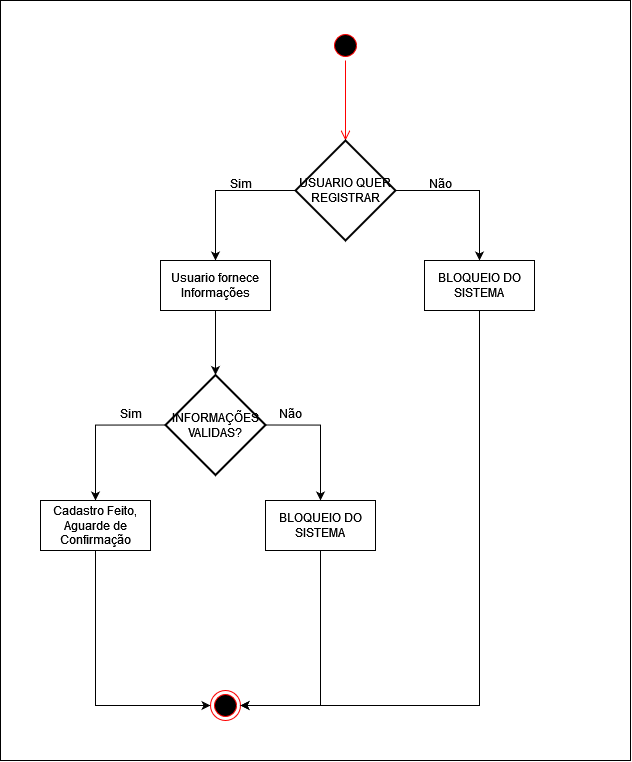
This is UML/cadastroUser(1).png from Marlon-Isaac/tcc, a draw.io export, as it was before one commit. Source tidied: cells renumbered, new cells last; positions are measured from the earlier drawing's top-left corner, leaving out a move shared by most shapes. Source of this version:
```xml
<mxGraphModel>
  <root>
    <mxCell id="0" />
    <mxCell id="1" parent="0" />
    <mxCell id="2" value="&lt;div&gt;&lt;br&gt;&lt;/div&gt;&lt;div&gt;&lt;br&gt;&lt;/div&gt;" style="html=1;whiteSpace=wrap;" parent="1" vertex="1">
      <mxGeometry width="630" height="760" as="geometry" />
    </mxCell>
    <mxCell id="3" style="ellipse;html=1;shape=startState;fillColor=#000000;strokeColor=#ff0000;" parent="1" vertex="1">
      <mxGeometry x="330" y="30" width="30" height="30" as="geometry" />
    </mxCell>
    <mxCell id="4" style="edgeStyle=orthogonalEdgeStyle;html=1;verticalAlign=bottom;endArrow=open;endSize=8;strokeColor=#ff0000;rounded=0;" parent="1" edge="1" source="3">
      <mxGeometry relative="1" as="geometry">
        <mxPoint x="345" y="140" as="targetPoint" />
      </mxGeometry>
    </mxCell>
    <mxCell id="5" style="edgeStyle=orthogonalEdgeStyle;rounded=0;jettySize=auto;html=1;exitX=1;exitY=0.5;exitDx=0;exitDy=0;exitPerimeter=0;entryX=0.5;entryY=0;entryDx=0;entryDy=0;" parent="1" edge="1" source="7" target="10">
      <mxGeometry relative="1" as="geometry" />
    </mxCell>
    <mxCell id="6" style="edgeStyle=orthogonalEdgeStyle;rounded=0;jettySize=auto;html=1;exitX=0;exitY=0.5;exitDx=0;exitDy=0;exitPerimeter=0;entryX=0.5;entryY=0;entryDx=0;entryDy=0;" parent="1" edge="1" source="7" target="8">
      <mxGeometry relative="1" as="geometry" />
    </mxCell>
    <mxCell id="7" value="USUARIO QUER REGISTRAR" style="strokeWidth=2;html=1;shape=mxgraph.flowchart.decision;whiteSpace=wrap;" parent="1" vertex="1">
      <mxGeometry x="295" y="140" width="100" height="100" as="geometry" />
    </mxCell>
    <mxCell id="8" value="&lt;div&gt;Usuario fornece Informações&lt;/div&gt;" style="html=1;whiteSpace=wrap;" parent="1" vertex="1">
      <mxGeometry x="160" y="260" width="110" height="50" as="geometry" />
    </mxCell>
    <mxCell id="9" style="edgeStyle=orthogonalEdgeStyle;rounded=0;jettySize=auto;html=1;exitX=0.5;exitY=1;exitDx=0;exitDy=0;entryX=1;entryY=0.5;entryDx=0;entryDy=0;" parent="1" edge="1" source="10" target="23">
      <mxGeometry relative="1" as="geometry" />
    </mxCell>
    <mxCell id="10" value="BLOQUEIO DO SISTEMA" style="html=1;whiteSpace=wrap;" parent="1" vertex="1">
      <mxGeometry x="424" y="260" width="110" height="50" as="geometry" />
    </mxCell>
    <mxCell id="11" value="Sim" style="text;html=1;align=center;verticalAlign=middle;strokeColor=none;fillColor=none;" parent="1" vertex="1">
      <mxGeometry x="215" y="168" width="50" height="30" as="geometry" />
    </mxCell>
    <mxCell id="12" value="Não" style="text;html=1;align=center;verticalAlign=middle;strokeColor=none;fillColor=none;" parent="1" vertex="1">
      <mxGeometry x="415" y="168" width="50" height="30" as="geometry" />
    </mxCell>
    <mxCell id="13" style="edgeStyle=orthogonalEdgeStyle;rounded=0;jettySize=auto;html=1;exitX=1;exitY=0.5;exitDx=0;exitDy=0;exitPerimeter=0;entryX=0.5;entryY=0;entryDx=0;entryDy=0;" parent="1" edge="1" source="15" target="20">
      <mxGeometry relative="1" as="geometry" />
    </mxCell>
    <mxCell id="14" style="edgeStyle=orthogonalEdgeStyle;rounded=0;jettySize=auto;html=1;exitX=0;exitY=0.5;exitDx=0;exitDy=0;exitPerimeter=0;entryX=0.5;entryY=0;entryDx=0;entryDy=0;" parent="1" edge="1" source="15" target="18">
      <mxGeometry relative="1" as="geometry" />
    </mxCell>
    <mxCell id="15" value="INFORMAÇÕES VALIDAS?" style="strokeWidth=2;html=1;shape=mxgraph.flowchart.decision;whiteSpace=wrap;" parent="1" vertex="1">
      <mxGeometry x="165" y="374.5" width="100" height="100" as="geometry" />
    </mxCell>
    <mxCell id="16" style="edgeStyle=orthogonalEdgeStyle;rounded=0;jettySize=auto;html=1;exitX=0.5;exitY=1;exitDx=0;exitDy=0;entryX=0.5;entryY=0;entryDx=0;entryDy=0;entryPerimeter=0;" parent="1" edge="1" source="8" target="15">
      <mxGeometry relative="1" as="geometry" />
    </mxCell>
    <mxCell id="17" style="edgeStyle=orthogonalEdgeStyle;rounded=0;jettySize=auto;html=1;exitX=0.5;exitY=1;exitDx=0;exitDy=0;entryX=0;entryY=0.5;entryDx=0;entryDy=0;" parent="1" edge="1" source="18" target="23">
      <mxGeometry relative="1" as="geometry" />
    </mxCell>
    <mxCell id="18" value="Cadastro Feito, Aguarde de Confirmação" style="html=1;whiteSpace=wrap;" parent="1" vertex="1">
      <mxGeometry x="40" y="500" width="110" height="50" as="geometry" />
    </mxCell>
    <mxCell id="19" style="edgeStyle=orthogonalEdgeStyle;rounded=0;jettySize=auto;html=1;exitX=0.5;exitY=1;exitDx=0;exitDy=0;entryX=1;entryY=0.5;entryDx=0;entryDy=0;" parent="1" edge="1" source="20" target="23">
      <mxGeometry relative="1" as="geometry" />
    </mxCell>
    <mxCell id="20" value="BLOQUEIO DO SISTEMA" style="html=1;whiteSpace=wrap;" parent="1" vertex="1">
      <mxGeometry x="265" y="500" width="110" height="50" as="geometry" />
    </mxCell>
    <mxCell id="21" value="Sim" style="text;html=1;align=center;verticalAlign=middle;strokeColor=none;fillColor=none;" parent="1" vertex="1">
      <mxGeometry x="105" y="398" width="50" height="30" as="geometry" />
    </mxCell>
    <mxCell id="22" value="Não" style="text;html=1;align=center;verticalAlign=middle;strokeColor=none;fillColor=none;" parent="1" vertex="1">
      <mxGeometry x="265" y="398" width="50" height="30" as="geometry" />
    </mxCell>
    <mxCell id="23" style="ellipse;html=1;shape=endState;fillColor=#000000;strokeColor=#ff0000;" parent="1" vertex="1">
      <mxGeometry x="210" y="690" width="30" height="30" as="geometry" />
    </mxCell>
  </root>
</mxGraphModel>
```
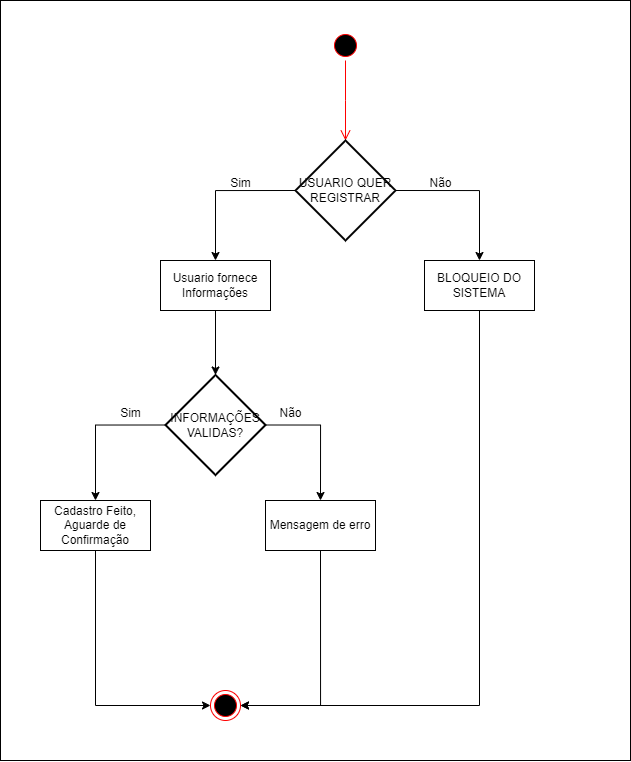
After the change.

What changed in the source:
```diff
@@ -58,7 +58,7 @@
     <mxCell id="19" style="edgeStyle=orthogonalEdgeStyle;rounded=0;jettySize=auto;html=1;exitX=0.5;exitY=1;exitDx=0;exitDy=0;entryX=1;entryY=0.5;entryDx=0;entryDy=0;" parent="1" edge="1" source="20" target="23">
       <mxGeometry relative="1" as="geometry" />
     </mxCell>
-    <mxCell id="20" value="BLOQUEIO DO SISTEMA" style="html=1;whiteSpace=wrap;" parent="1" vertex="1">
+    <mxCell id="20" value="Mensagem de erro" style="html=1;whiteSpace=wrap;" parent="1" vertex="1">
       <mxGeometry x="265" y="500" width="110" height="50" as="geometry" />
     </mxCell>
     <mxCell id="21" value="Sim" style="text;html=1;align=center;verticalAlign=middle;strokeColor=none;fillColor=none;" parent="1" vertex="1">
```
